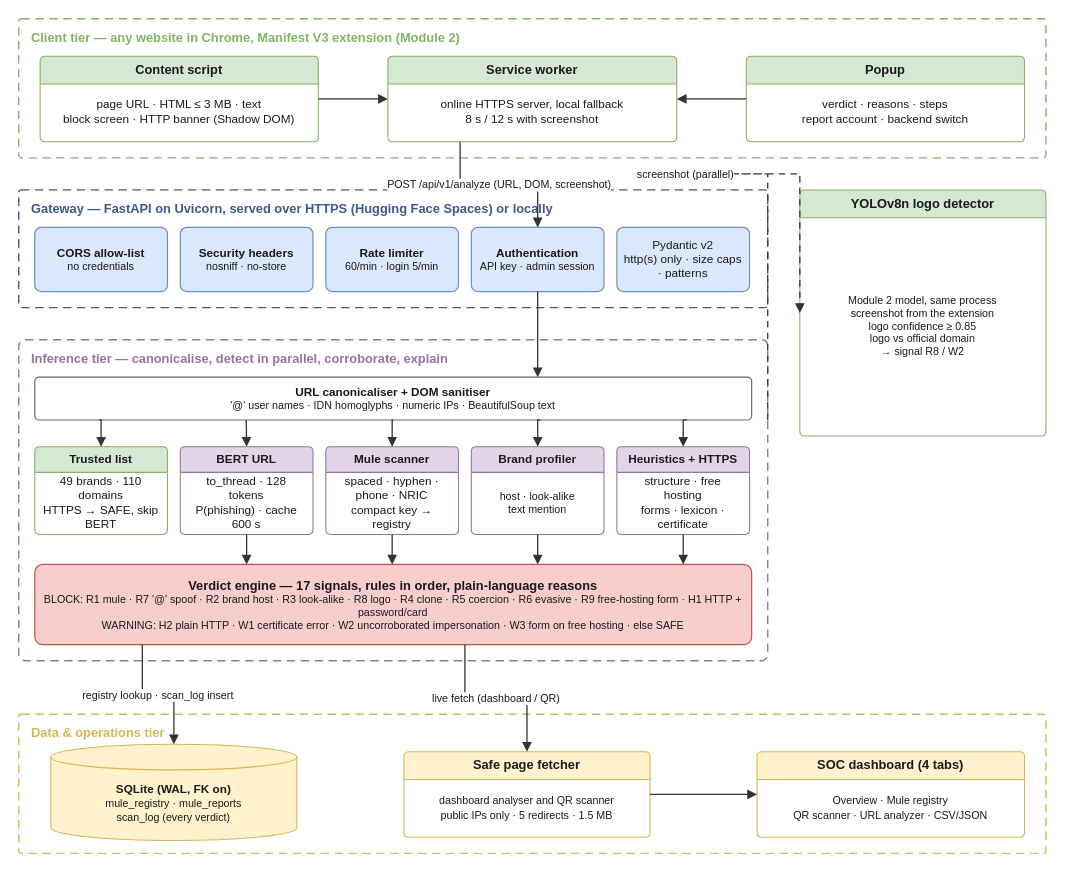
Above: report/diagrams_drawio/architecture.drawio in KunTheNoobie/PhishGuard-AI-Complete (draw.io), before the change. Source tidied: cells renumbered, new cells numbered last; positions are measured from the earlier drawing's top-left corner, leaving out a move shared by most shapes. Both pictures are drawn from the tidied source at 107%, with x=0, y=0 at pixel (18, 18).
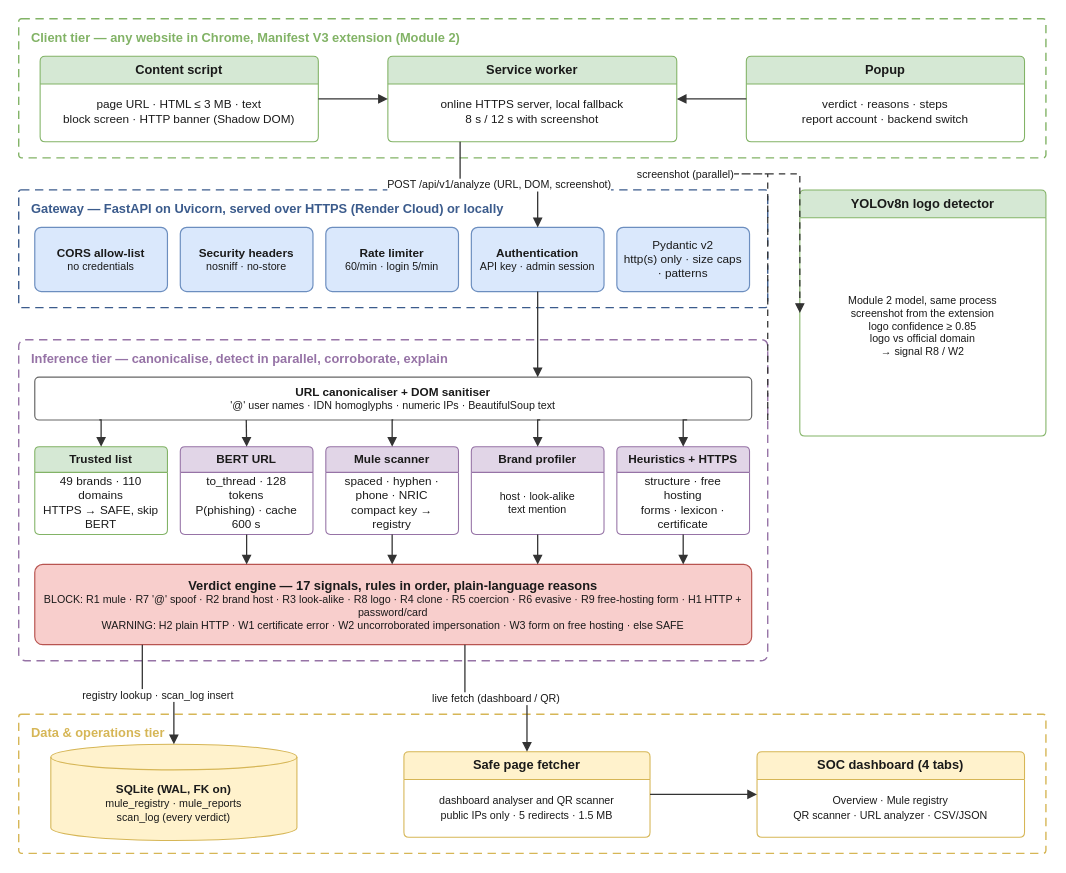
After the change.

Diff of the diagram source:
```diff
@@
-    <mxCell id="11" value="Gateway — FastAPI on Uvicorn, served over HTTPS (Hugging Face Spaces) or locally" style="rounded=1;arcSize=2;whiteSpace=wrap;html=1;fillColor=#FFFFFF;strokeColor=#3B5B8C;dashed=1;dashPattern=6 4;fontFamily=Arial;fontSize=12;fontStyle=1;fontColor=#3B5B8C;align=left;verticalAlign=top;spacingLeft=10;spacingTop=4;strokeWidth=1.3;" parent="1" vertex="1">
+    <mxCell id="11" value="Gateway — FastAPI on Uvicorn, served over HTTPS (Render Cloud) or locally" style="rounded=1;arcSize=2;whiteSpace=wrap;html=1;fillColor=#FFFFFF;strokeColor=#3B5B8C;dashed=1;dashPattern=6 4;fontFamily=Arial;fontSize=12;fontStyle=1;fontColor=#3B5B8C;align=left;verticalAlign=top;spacingLeft=10;spacingTop=4;strokeWidth=1.3;" parent="1" vertex="1">
       <mxGeometry y="160" width="700" height="110" as="geometry" />
     </mxCell>
```
